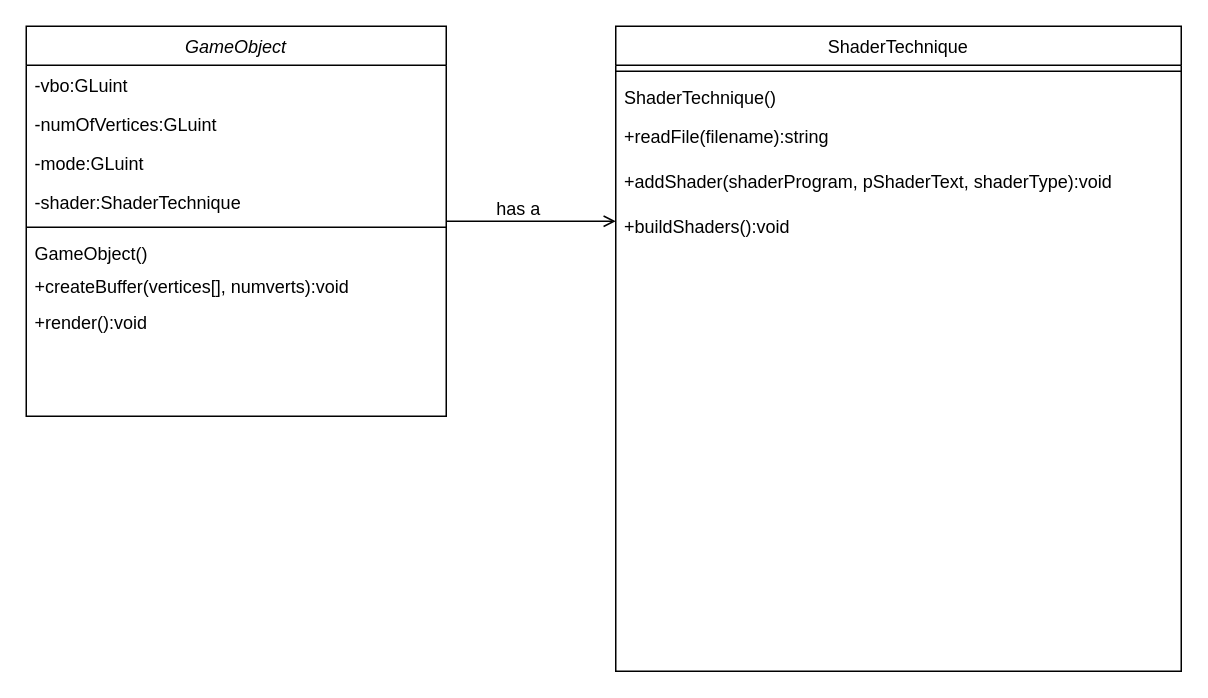
Before: gt41samples (1)/gt41samples/renderingproject/part1 UML diagram.drawio in MehadND/real-time-rendering-4, a draw.io diagram. Source tidied: cells renumbered, new cells numbered last; positions are measured from the earlier drawing's top-left corner, leaving out a move shared by most shapes. Both pictures are drawn from the tidied source at 150%, with x=0, y=0 at pixel (26, 26).
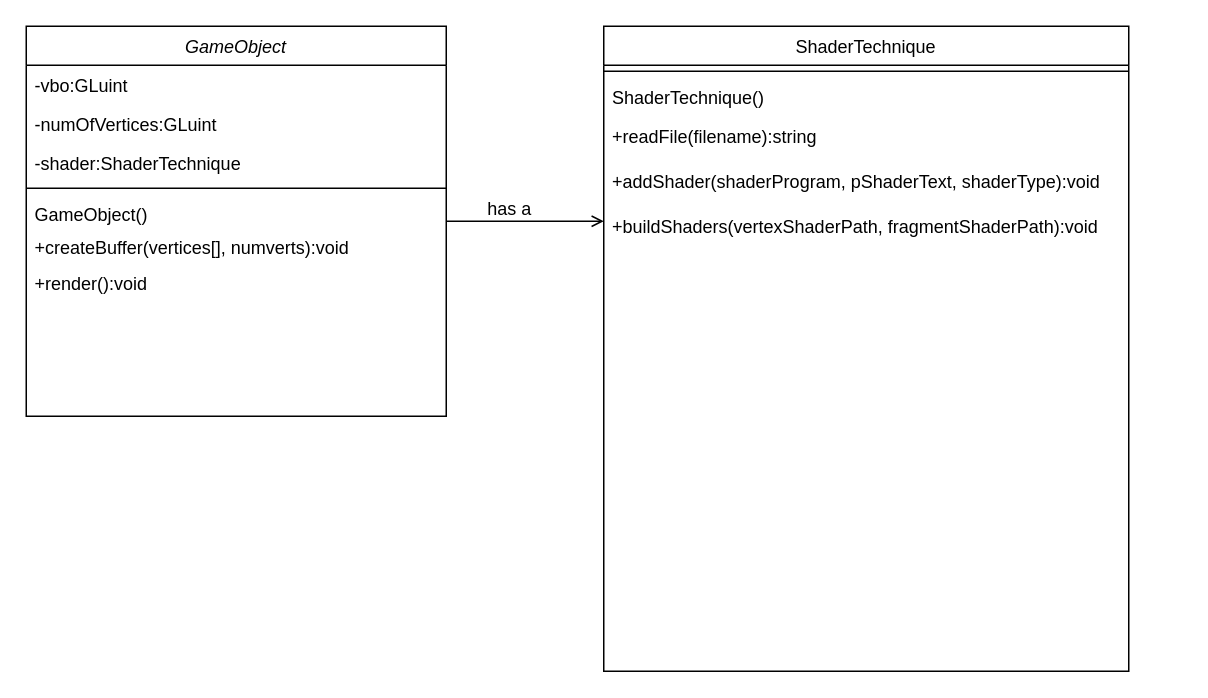
Above is the later version.

Commit message (it also covers changes not shown here):
created a png file of UML diagram

The change refers to these unchanged cells:
```xml
<mxCell id="2" value="GameObject" style="swimlane;fontStyle=2;align=center;verticalAlign=top;horizontal=1;startSize=26;rounded=0;shadow=0;strokeWidth=1;" parent="1" vertex="1">
  <mxGeometry width="280" height="260" as="geometry" />
</mxCell>
```

What changed in the source:
```diff
@@
-    <mxCell id="5" value="-mode:GLuint" style="text;align=left;verticalAlign=top;spacingLeft=4;spacingRight=4;overflow=hidden;rounded=0;shadow=0;html=0;" parent="2" vertex="1">
-      <mxGeometry y="78" width="280" height="26" as="geometry" />
-    </mxCell>
     <mxCell id="6" value="-shader:ShaderTechnique" style="text;align=left;verticalAlign=top;spacingLeft=4;spacingRight=4;overflow=hidden;rounded=0;shadow=0;html=0;" parent="2" vertex="1">
-      <mxGeometry y="104" width="280" height="26" as="geometry" />
+      <mxGeometry y="78" width="280" height="26" as="geometry" />
     </mxCell>
     <mxCell id="7" style="line;html=1;strokeWidth=1;align=left;verticalAlign=middle;spacingTop=-1;spacingLeft=3;spacingRight=3;labelPosition=right;" parent="2" vertex="1">
-      <mxGeometry y="130" width="280" height="8" as="geometry" />
+      <mxGeometry y="104" width="280" height="8" as="geometry" />
     </mxCell>
     <mxCell id="8" value="GameObject()" style="text;align=left;verticalAlign=top;spacingLeft=4;spacingRight=4;overflow=hidden;" parent="2" vertex="1">
-      <mxGeometry y="138" width="280" height="22" as="geometry" />
+      <mxGeometry y="112" width="280" height="22" as="geometry" />
     </mxCell>
     <mxCell id="9" value="+createBuffer(vertices[], numverts):void&#10;" style="text;align=left;verticalAlign=top;spacingLeft=4;spacingRight=4;overflow=hidden;" parent="2" vertex="1">
-      <mxGeometry y="160" width="280" height="24" as="geometry" />
+      <mxGeometry y="134" width="280" height="24" as="geometry" />
     </mxCell>
     <mxCell id="10" value="+render():void" style="text;align=left;verticalAlign=top;spacingLeft=4;spacingRight=4;overflow=hidden;" parent="2" vertex="1">
-      <mxGeometry y="184" width="280" height="24" as="geometry" />
+      <mxGeometry y="158" width="280" height="24" as="geometry" />
     </mxCell>
     <mxCell id="11" value="ShaderTechnique" style="swimlane;fontStyle=0;align=center;verticalAlign=top;horizontal=1;startSize=26;rounded=0;shadow=0;strokeWidth=1;" parent="1" vertex="1">
-      <mxGeometry x="393" width="377" height="430" as="geometry" />
+      <mxGeometry x="385" width="350" height="430" as="geometry" />
     </mxCell>
     <mxCell id="12" style="line;html=1;strokeWidth=1;align=left;verticalAlign=middle;spacingTop=-1;spacingLeft=3;spacingRight=3;labelPosition=right;" parent="11" vertex="1">
-      <mxGeometry y="26" width="377" height="8" as="geometry" />
+      <mxGeometry y="26" width="350" height="8" as="geometry" />
     </mxCell>
     <mxCell id="13" value="ShaderTechnique()" style="text;align=left;verticalAlign=top;spacingLeft=4;spacingRight=4;overflow=hidden;" parent="11" vertex="1">
-      <mxGeometry y="34" width="377" height="26" as="geometry" />
+      <mxGeometry y="34" width="350" height="26" as="geometry" />
     </mxCell>
     <mxCell id="14" value="+readFile(filename):string" style="text;align=left;verticalAlign=top;spacingLeft=4;spacingRight=4;overflow=hidden;" parent="11" vertex="1">
-      <mxGeometry y="60" width="377" height="30" as="geometry" />
+      <mxGeometry y="60" width="350" height="30" as="geometry" />
     </mxCell>
     <mxCell id="15" value="+addShader(shaderProgram, pShaderText, shaderType):void" style="text;align=left;verticalAlign=top;spacingLeft=4;spacingRight=4;overflow=hidden;" parent="11" vertex="1">
-      <mxGeometry y="90" width="377" height="30" as="geometry" />
+      <mxGeometry y="90" width="350" height="30" as="geometry" />
     </mxCell>
-    <mxCell id="16" value="+buildShaders():void" style="text;align=left;verticalAlign=top;spacingLeft=4;spacingRight=4;overflow=hidden;" parent="11" vertex="1">
-      <mxGeometry y="120" width="377" height="30" as="geometry" />
+    <mxCell id="16" value="+buildShaders(vertexShaderPath, fragmentShaderPath):void" style="text;align=left;verticalAlign=top;spacingLeft=4;spacingRight=4;overflow=hidden;" parent="11" vertex="1">
+      <mxGeometry y="120" width="350" height="30" as="geometry" />
     </mxCell>
```
